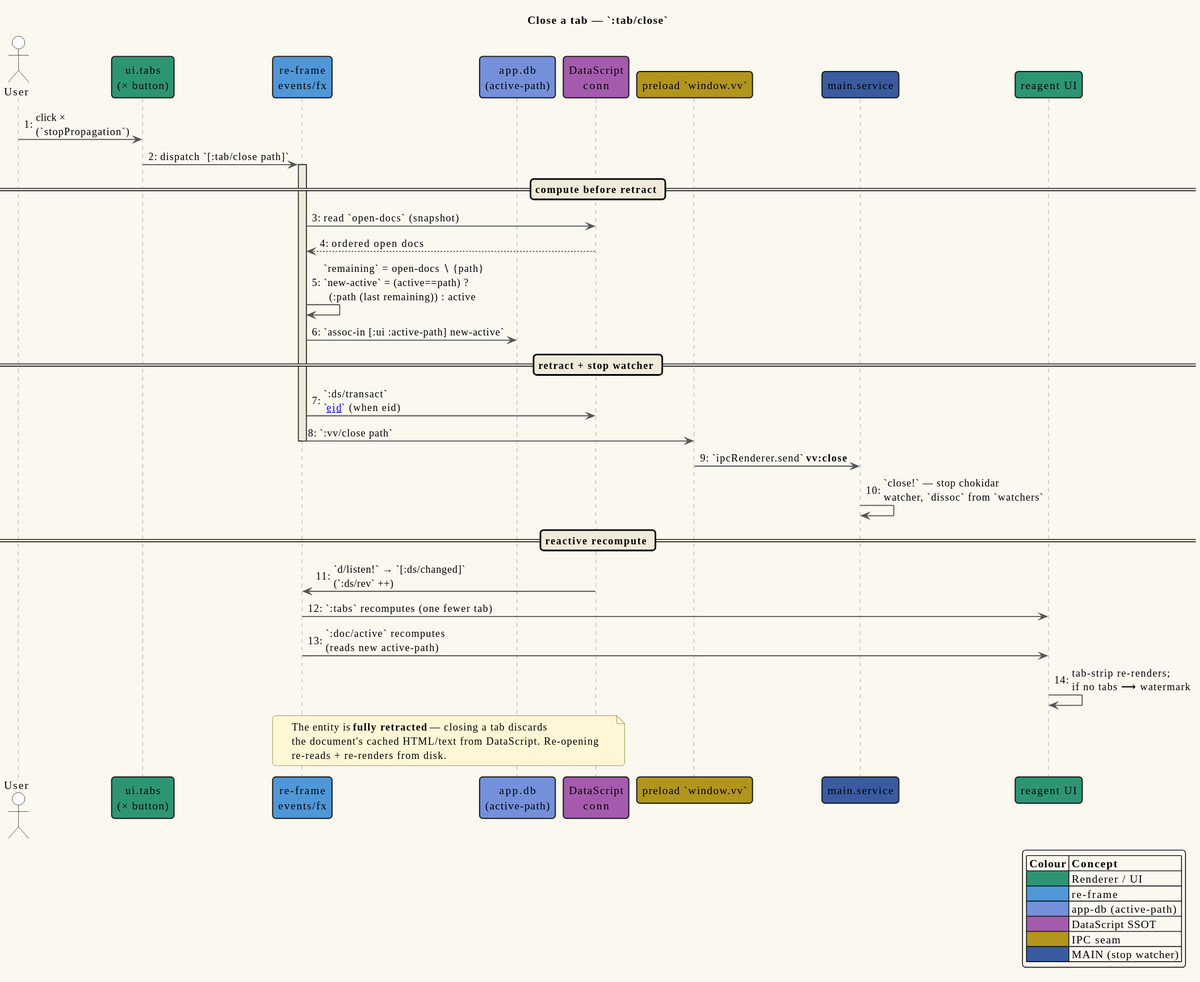
Before: docs/diagrams/seq-tab-close.svg, a diagram exported from PlantUML (vinary-tree/vinary-viewer). Its source is kept beside it as docs/diagrams/seq-tab-close.puml.
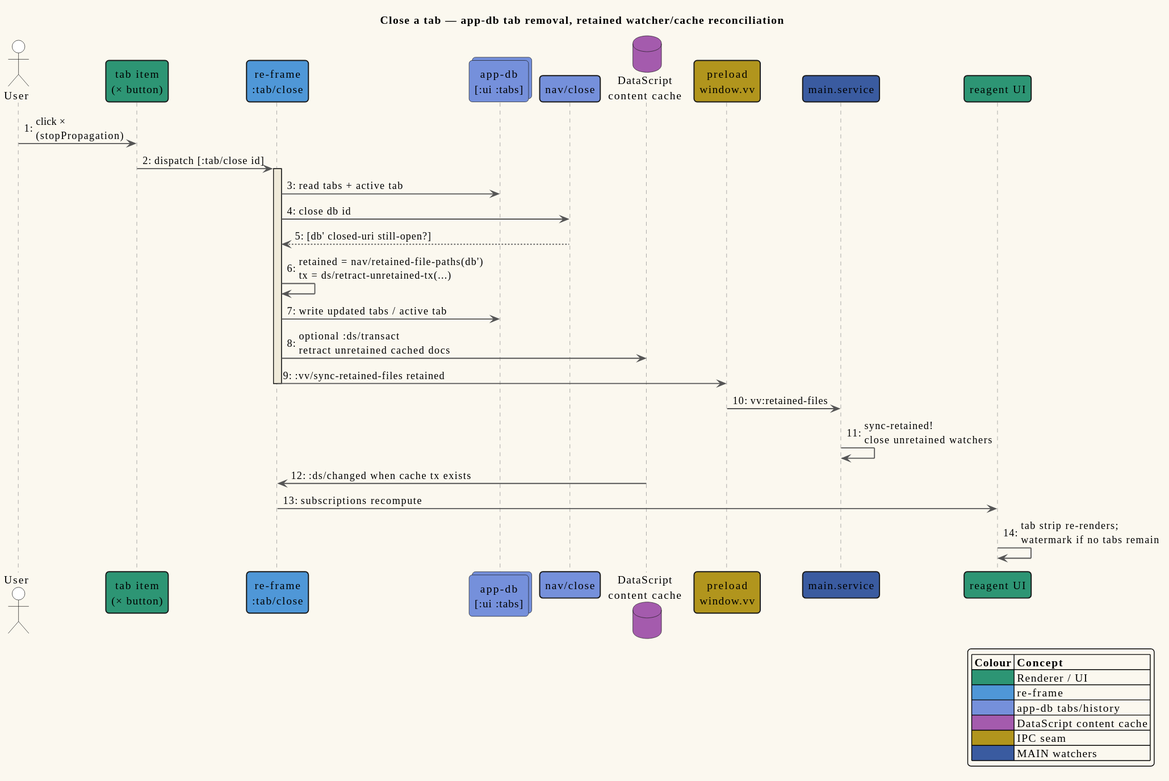
Later version of the same file.

What changed in the source:
```diff
@@ -1,55 +1,46 @@
 @startuml seq-tab-close
 !include _vv-theme.iuml
 
-title Close a tab — `:tab/close`
+title Close a tab — app-db tab removal, retained watcher/cache reconciliation
 
 autonumber "0:"
 
 actor User #white
-participant "ui.tabs\n(× button)" as Tabs RENDERER_COLOR
-participant "re-frame\nevents/fx" as RF REFRAME_COLOR
-participant "app.db\n(active-path)" as Db APPDB_COLOR
-participant "DataScript\nconn" as DS DATASCRIPT_COLOR
-participant "preload `window.vv`" as Vv IPC_COLOR
+participant "tab item\n(× button)" as Tabs RENDERER_COLOR
+participant "re-frame\n:tab/close" as RF REFRAME_COLOR
+collections "app-db\n[:ui :tabs]" as DB APPDB_COLOR
+participant "nav/close" as Nav APPDB_COLOR
+database "DataScript\ncontent cache" as DS DATASCRIPT_COLOR
+participant "preload\nwindow.vv" as Vv IPC_COLOR
 participant "main.service" as Svc MAIN_COLOR
 participant "reagent UI" as UI RENDERER_COLOR
 
-User -> Tabs : click ×\n(`stopPropagation`)
-Tabs -> RF : dispatch `[:tab/close path]`
+User -> Tabs : click ×\n(stopPropagation)
+Tabs -> RF : dispatch [:tab/close id]
 activate RF
+RF -> DB : read tabs + active tab
+RF -> Nav : close db id
+Nav --> RF : [db' closed-uri still-open?]
+RF -> RF : retained = nav/retained-file-paths(db')\ntx = ds/retract-unretained-tx(...)
+RF -> DB : write updated tabs / active tab
+RF -> DS : optional :ds/transact\nretract unretained cached docs
+RF -> Vv : :vv/sync-retained-files retained
+deactivate RF
 
-== compute before retract ==
-RF -> DS : read `open-docs` (snapshot)
-DS --> RF : ordered open docs
-RF -> RF : `remaining` = open-docs ∖ {path}\n`new-active` = (active==path) ?\n  (:path (last remaining)) : active
-RF -> Db : `assoc-in [:ui :active-path] new-active`
+Vv -> Svc : vv:retained-files
+Svc -> Svc : sync-retained!\nclose unretained watchers
 
-== retract + stop watcher ==
-RF -> DS : `:ds/transact`\n`[[:db/retractEntity eid]]`  (when eid)
-RF -> Vv : `:vv/close path`
-deactivate RF
-Vv -> Svc : `ipcRenderer.send` **vv:close**
-Svc -> Svc : `close!` — stop chokidar\nwatcher, `dissoc` from `watchers`
-
-== reactive recompute ==
-DS -> RF : `d/listen!` → `[:ds/changed]`\n(`:ds/rev` ++)
-RF -> UI : `:tabs` recomputes (one fewer tab)
-RF -> UI : `:doc/active` recomputes\n(reads new active-path)
-UI -> UI : tab-strip re-renders;\nif no tabs ⟶ watermark
-
-note over RF, DS
-  The entity is **fully retracted** — closing a tab discards
-  the document's cached HTML/text from DataScript. Re-opening
-  re-reads + re-renders from disk.
-end note
+DS -> RF : :ds/changed when cache tx exists
+RF -> UI : subscriptions recompute
+UI -> UI : tab strip re-renders;\nwatermark if no tabs remain
 
 legend right
   |= Colour |= Concept |
   | <#2D9574> | Renderer / UI |
   | <#4F97D7> | re-frame |
-  | <#7590DB> | app-db (active-path) |
-  | <#A45BAD> | DataScript SSOT |
+  | <#7590DB> | app-db tabs/history |
+  | <#A45BAD> | DataScript content cache |
   | <#B1951D> | IPC seam |
-  | <#3A5BA0> | MAIN (stop watcher) |
+  | <#3A5BA0> | MAIN watchers |
 endlegend
 @enduml
```
